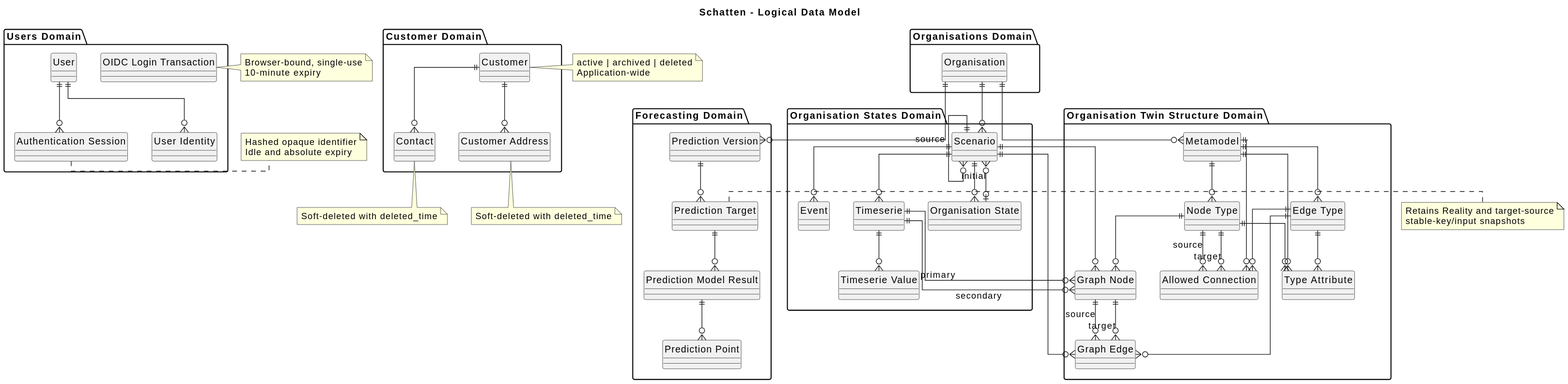
lupaus-eu/shadow keeps this PlantUML diagram as docs/diagrams/generated/data-logical-model.svg. Above is the earlier version.
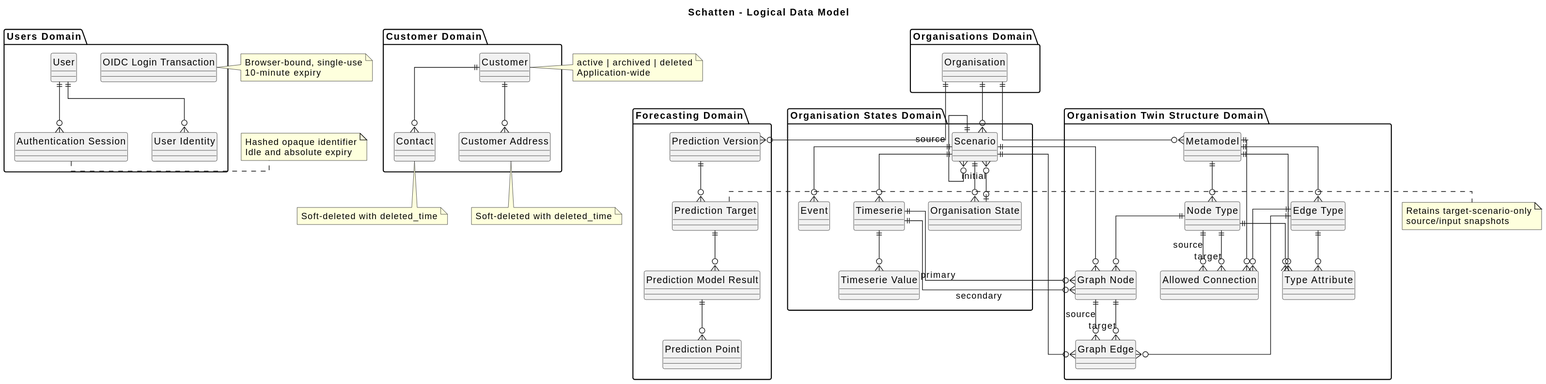
The same diagram one commit later.

Diff of the diagram source:
```diff
@@ -105,7 +105,7 @@
 end note
 
 note right of prediction_target
-  Retains Reality and target-source
-  stable-key/input snapshots
+  Retains target-scenario-only
+  source/input snapshots
 end note
 @enduml
```
